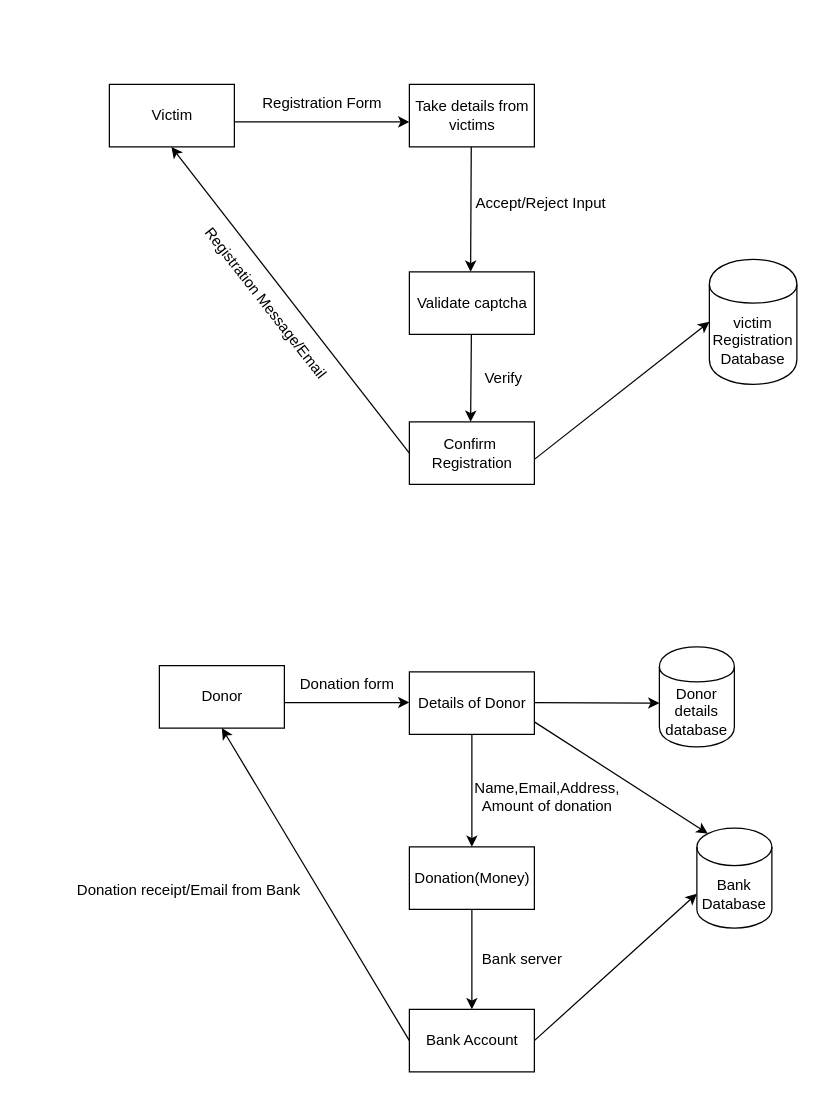
This is Untitled Diagram.drawio from ShubhamJejurkar98/Repository1, a draw.io file, before an edit. Source tidied: cells renumbered, new cells numbered last; positions are measured from the earlier drawing's top-left corner, leaving out a move shared by most shapes. Both pictures are drawn from the tidied source at 125%, with x=0, y=0 at pixel (59, 84).
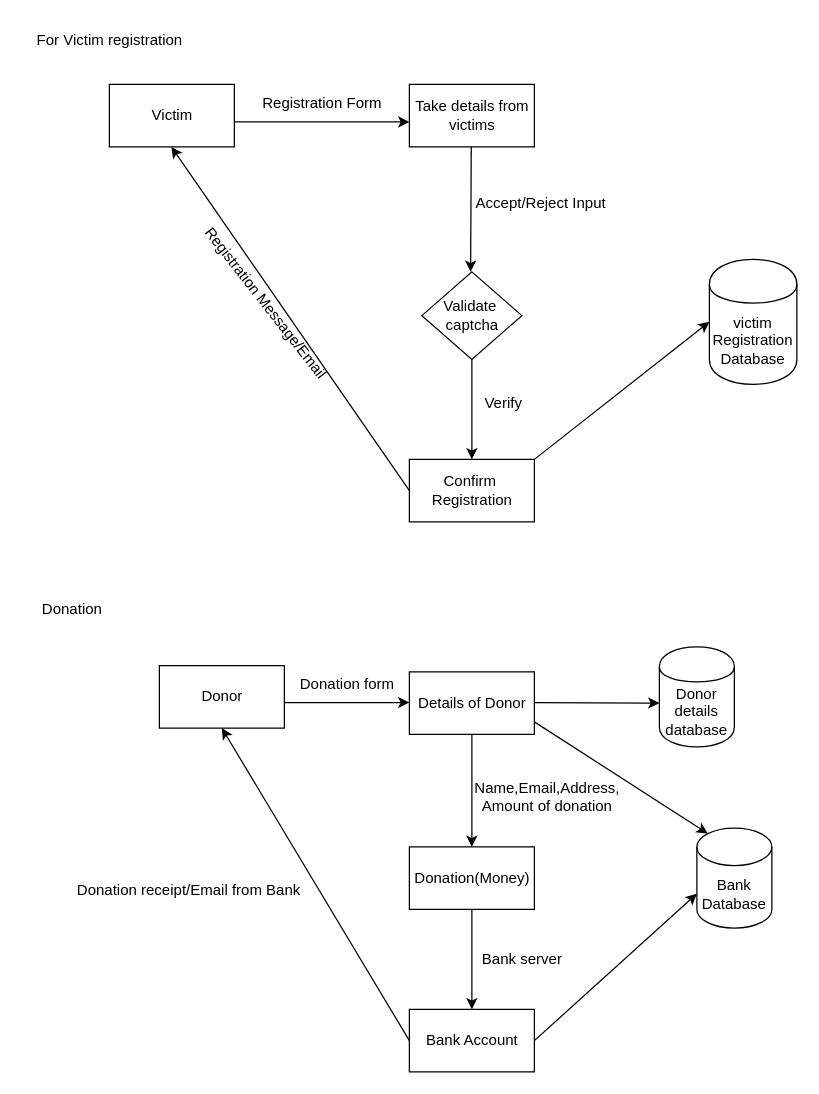
The same diagram, later.

What changed in the source:
```diff
@@
-    <mxCell id="9" value="Validate captcha" style="html=1;dashed=0;whitespace=wrap;" parent="1" vertex="1">
-      <mxGeometry x="280" y="150" width="100" height="50" as="geometry" />
-    </mxCell>
-    <mxCell id="10" style="endArrow=classic;html=1;rounded=0;" parent="1" edge="1">
-      <mxGeometry relative="1" as="geometry">
-        <mxPoint x="329.6" y="200" as="sourcePoint" />
-        <mxPoint x="329" y="270" as="targetPoint" />
-      </mxGeometry>
+    <mxCell id="10" style="endArrow=classic;html=1;rounded=0;entryX=0.5;entryY=0;entryDx=0;entryDy=0;exitX=0.5;exitY=1;exitDx=0;exitDy=0;" parent="1" edge="1" source="9" target="12">
+      <mxGeometry relative="1" as="geometry" />
     </mxCell>
     <mxCell id="11" value="Verify" style="text;html=1;align=center;verticalAlign=middle;fillColor=none;strokeColor=none;rounded=0;" parent="1" vertex="1">
-      <mxGeometry x="330" y="220" width="50" height="30" as="geometry" />
+      <mxGeometry x="330" y="240" width="50" height="30" as="geometry" />
     </mxCell>
     <mxCell id="12" value="Confirm&amp;nbsp;&lt;br&gt;Registration" style="html=1;dashed=0;whitespace=wrap;" parent="1" vertex="1">
-      <mxGeometry x="280" y="270" width="100" height="50" as="geometry" />
+      <mxGeometry x="280" y="300" width="100" height="50" as="geometry" />
     </mxCell>
@@
+    <mxCell id="9" value="Validate&amp;nbsp;&lt;br&gt;captcha" style="shape=rhombus;html=1;dashed=0;whitespace=wrap;perimeter=rhombusPerimeter;" parent="1" vertex="1">
+      <mxGeometry x="290" y="150" width="80" height="70" as="geometry" />
+    </mxCell>
+    <mxCell id="33" value="For Victim registration" style="text;html=1;align=center;verticalAlign=middle;fillColor=none;strokeColor=none;rounded=0;" parent="1" vertex="1">
+      <mxGeometry x="-30" y="-50" width="140" height="30" as="geometry" />
+    </mxCell>
+    <mxCell id="34" value="Donation" style="text;html=1;align=center;verticalAlign=middle;fillColor=none;strokeColor=none;rounded=0;" parent="1" vertex="1">
+      <mxGeometry x="-25" y="405" width="70" height="30" as="geometry" />
+    </mxCell>
```
